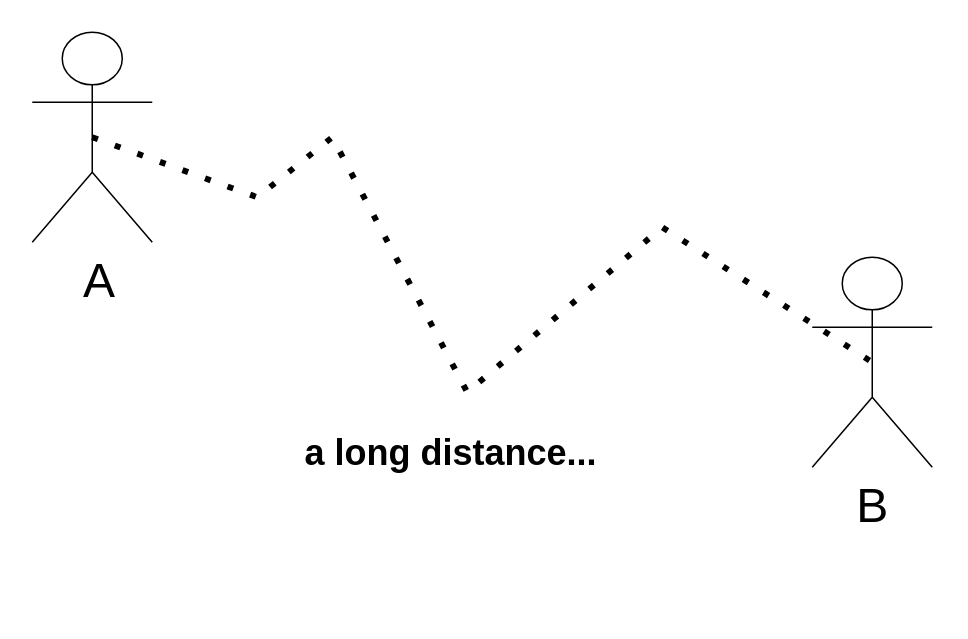
Above: communications/drawings/comms_distance_people.drawio in deavmi/anarchy-networks-book (draw.io), before the change. Source tidied: cells renumbered, new cells numbered last; positions are measured from the earlier drawing's top-left corner, leaving out a move shared by most shapes. Both pictures are drawn from the tidied source at 150%, with x=0, y=0 at pixel (32, 32).
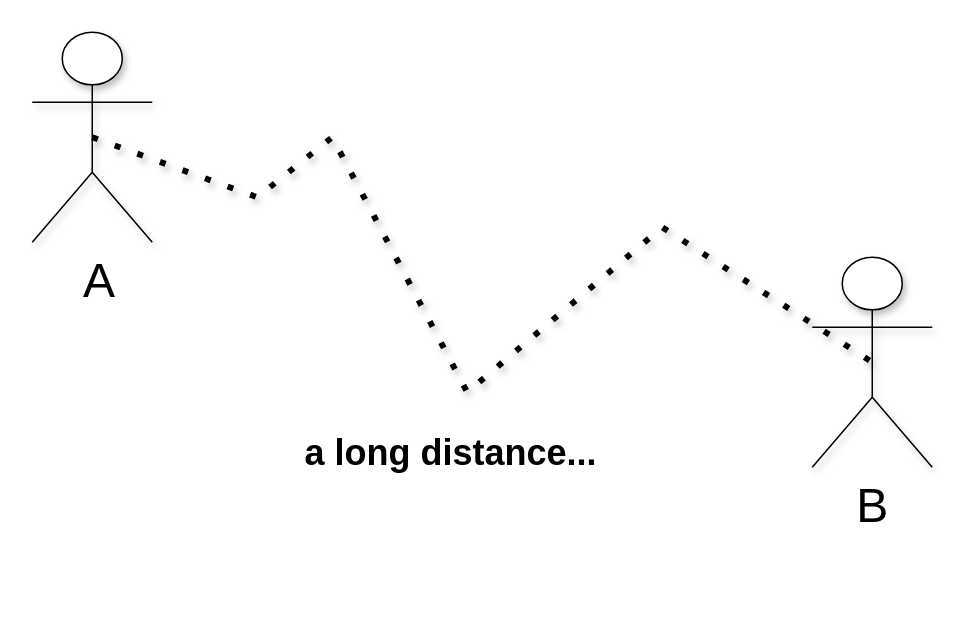
Above is the later version.

Diff of the diagram source:
```diff
@@
 <mxGraphModel>
   <root>
     <mxCell id="0" />
     <mxCell id="1" parent="0" />
-    <mxCell id="2" value="&lt;font style=&quot;font-size: 32px;&quot;&gt;&amp;nbsp;A&lt;/font&gt;" style="shape=umlActor;verticalLabelPosition=bottom;verticalAlign=top;html=1;outlineConnect=0;" parent="1" vertex="1">
+    <mxCell id="2" value="&lt;font style=&quot;font-size: 32px;&quot;&gt;&amp;nbsp;A&lt;/font&gt;" style="shape=umlActor;verticalLabelPosition=bottom;verticalAlign=top;html=1;outlineConnect=0;shadow=1;" parent="1" vertex="1">
       <mxGeometry width="80" height="140" as="geometry" />
     </mxCell>
-    <mxCell id="3" value="&lt;font style=&quot;font-size: 32px;&quot;&gt;B&lt;/font&gt;" style="shape=umlActor;verticalLabelPosition=bottom;verticalAlign=top;html=1;outlineConnect=0;" parent="1" vertex="1">
+    <mxCell id="3" value="&lt;font style=&quot;font-size: 32px;&quot;&gt;B&lt;/font&gt;" style="shape=umlActor;verticalLabelPosition=bottom;verticalAlign=top;html=1;outlineConnect=0;shadow=1;" parent="1" vertex="1">
       <mxGeometry x="520" y="150" width="80" height="140" as="geometry" />
     </mxCell>
-    <mxCell id="4" style="endArrow=none;dashed=1;html=1;dashPattern=1 3;strokeWidth=4;rounded=0;entryX=0.5;entryY=0.5;entryDx=0;entryDy=0;entryPerimeter=0;exitX=0.5;exitY=0.5;exitDx=0;exitDy=0;exitPerimeter=0;" parent="1" edge="1" source="2" target="3">
+    <mxCell id="4" style="endArrow=none;dashed=1;html=1;dashPattern=1 3;strokeWidth=4;rounded=0;entryX=0.5;entryY=0.5;entryDx=0;entryDy=0;entryPerimeter=0;exitX=0.5;exitY=0.5;exitDx=0;exitDy=0;exitPerimeter=0;shadow=1;" parent="1" edge="1" source="2" target="3">
       <mxGeometry relative="1" as="geometry">
         <Array as="points">
           <mxPoint x="150" y="110" />
           <mxPoint x="200" y="70" />
           <mxPoint x="290" y="240" />
           <mxPoint x="420" y="130" />
         </Array>
       </mxGeometry>
     </mxCell>
-    <mxCell id="5" value="&lt;h1 style=&quot;margin-top: 0px;&quot;&gt;a long distance...&lt;/h1&gt;" style="text;html=1;whiteSpace=wrap;overflow=hidden;rounded=0;" parent="1" vertex="1">
+    <mxCell id="5" value="&lt;h1 style=&quot;margin-top: 0px;&quot;&gt;a long distance...&lt;/h1&gt;" style="text;html=1;whiteSpace=wrap;overflow=hidden;rounded=0;shadow=1;" parent="1" vertex="1">
       <mxGeometry x="180" y="260" width="230" height="120" as="geometry" />
     </mxCell>
   </root>
 </mxGraphModel>
```
